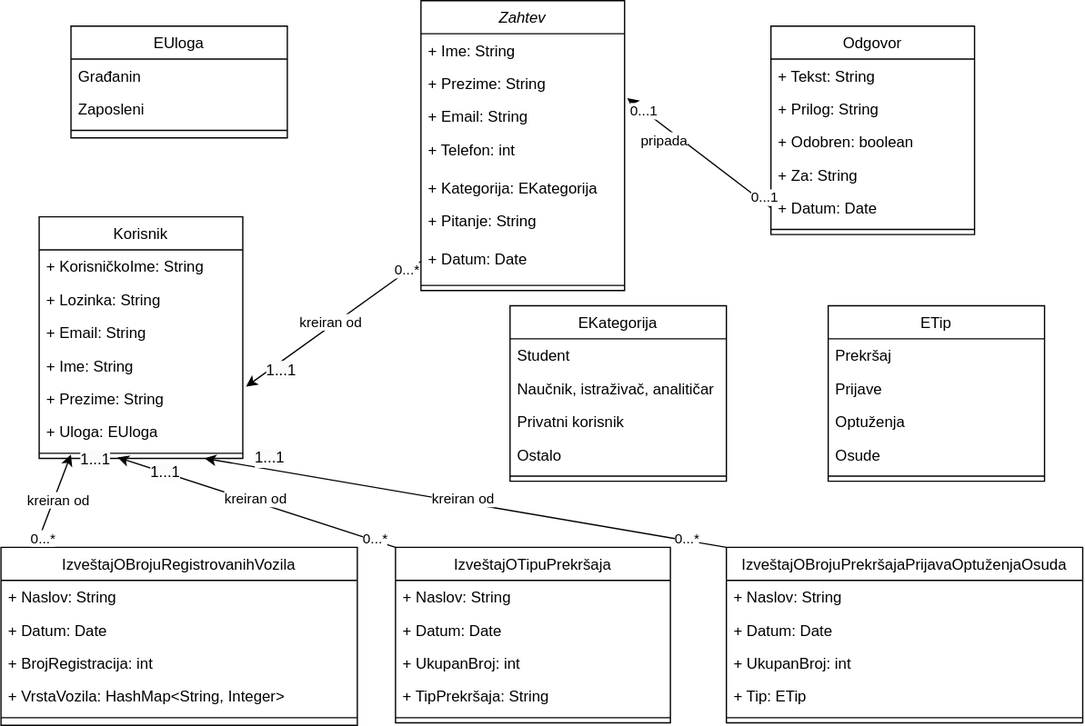
Earlier version of the draw.io export Diagrams/ZavodZaStatistiku_ClassDiagram.svg (anna02272/EGovernment). Source tidied: cells renumbered, new cells last; positions are measured from the earlier drawing's top-left corner, leaving out a move shared by most shapes.
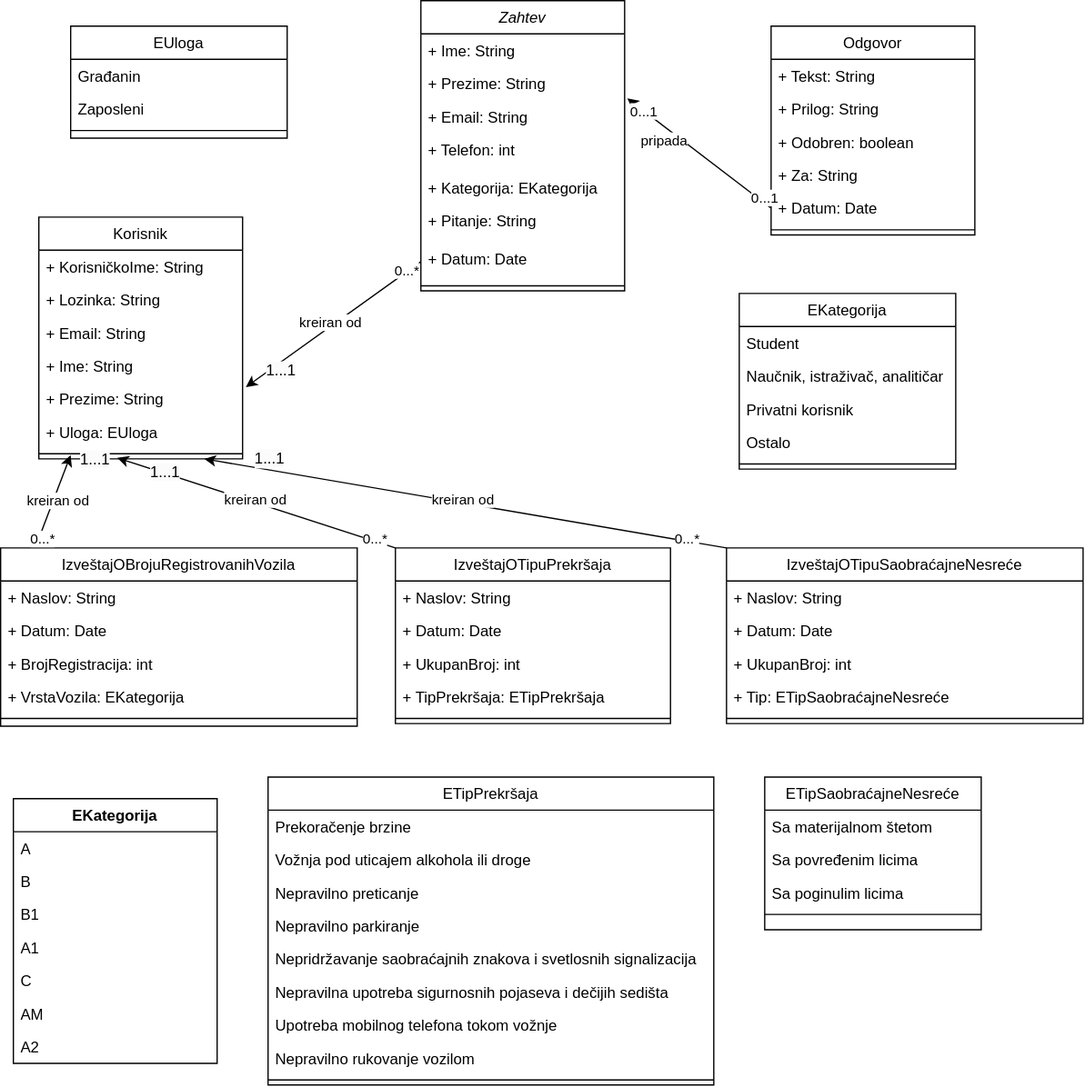
The same file after the commit.

The edit, as a diff of the source:
```diff
@@ -54,7 +54,7 @@
       <mxGeometry y="182" width="160" height="8" as="geometry" />
     </mxCell>
     <mxCell id="19" value="EKategorija" style="swimlane;fontStyle=0;align=center;verticalAlign=top;horizontal=1;startSize=26;rounded=0;shadow=0;strokeWidth=1;" parent="1" vertex="1">
-      <mxGeometry x="400" y="240" width="170" height="138" as="geometry" />
+      <mxGeometry x="580" y="230" width="170" height="138" as="geometry" />
     </mxCell>
     <mxCell id="20" value="Student" style="text;align=left;verticalAlign=top;spacingLeft=4;spacingRight=4;overflow=hidden;" parent="19" vertex="1">
       <mxGeometry y="26" width="170" height="26" as="geometry" />
@@ -116,13 +116,13 @@
     <mxCell id="39" value="+ BrojRegistracija: int" style="text;align=left;verticalAlign=top;spacingLeft=4;spacingRight=4;overflow=hidden;" parent="36" vertex="1">
       <mxGeometry y="78" width="280" height="26" as="geometry" />
     </mxCell>
-    <mxCell id="40" value="+ VrstaVozila: HashMap&lt;String, Integer&gt;" style="text;align=left;verticalAlign=top;spacingLeft=4;spacingRight=4;overflow=hidden;" parent="36" vertex="1">
+    <mxCell id="40" value="+ VrstaVozila: EKategorija" style="text;align=left;verticalAlign=top;spacingLeft=4;spacingRight=4;overflow=hidden;" parent="36" vertex="1">
       <mxGeometry y="104" width="280" height="26" as="geometry" />
     </mxCell>
     <mxCell id="41" style="line;html=1;strokeWidth=1;align=left;verticalAlign=middle;spacingTop=-1;spacingLeft=3;spacingRight=3;labelPosition=right;" parent="36" vertex="1">
       <mxGeometry y="130" width="280" height="8" as="geometry" />
     </mxCell>
-    <mxCell id="42" value="IzveštajOBrojuPrekršajaPrijavaOptuženjaOsuda" style="swimlane;fontStyle=0;align=center;verticalAlign=top;horizontal=1;startSize=26;rounded=0;shadow=0;strokeWidth=1;" parent="1" vertex="1">
+    <mxCell id="42" value="IzveštajOTipuSaobraćajneNesreće" style="swimlane;fontStyle=0;align=center;verticalAlign=top;horizontal=1;startSize=26;rounded=0;shadow=0;strokeWidth=1;" parent="1" vertex="1">
       <mxGeometry x="570" y="430" width="280" height="138" as="geometry" />
     </mxCell>
     <mxCell id="43" value="+ Naslov: String" style="text;align=left;verticalAlign=top;spacingLeft=4;spacingRight=4;overflow=hidden;" parent="42" vertex="1">
@@ -134,7 +134,7 @@
     <mxCell id="45" value="+ UkupanBroj: int&#10;" style="text;align=left;verticalAlign=top;spacingLeft=4;spacingRight=4;overflow=hidden;" parent="42" vertex="1">
       <mxGeometry y="78" width="280" height="26" as="geometry" />
     </mxCell>
-    <mxCell id="46" value="+ Tip: ETip" style="text;align=left;verticalAlign=top;spacingLeft=4;spacingRight=4;overflow=hidden;" parent="42" vertex="1">
+    <mxCell id="46" value="+ Tip: ETipSaobraćajneNesreće" style="text;align=left;verticalAlign=top;spacingLeft=4;spacingRight=4;overflow=hidden;" parent="42" vertex="1">
       <mxGeometry y="104" width="280" height="26" as="geometry" />
     </mxCell>
     <mxCell id="47" style="line;html=1;strokeWidth=1;align=left;verticalAlign=middle;spacingTop=-1;spacingLeft=3;spacingRight=3;labelPosition=right;" parent="42" vertex="1">
@@ -152,29 +152,26 @@
     <mxCell id="51" value="+ UkupanBroj: int" style="text;align=left;verticalAlign=top;spacingLeft=4;spacingRight=4;overflow=hidden;" parent="48" vertex="1">
       <mxGeometry y="78" width="216" height="26" as="geometry" />
     </mxCell>
-    <mxCell id="52" value="+ TipPrekršaja: String" style="text;align=left;verticalAlign=top;spacingLeft=4;spacingRight=4;overflow=hidden;" parent="48" vertex="1">
+    <mxCell id="52" value="+ TipPrekršaja: ETipPrekršaja" style="text;align=left;verticalAlign=top;spacingLeft=4;spacingRight=4;overflow=hidden;" parent="48" vertex="1">
       <mxGeometry y="104" width="216" height="26" as="geometry" />
     </mxCell>
     <mxCell id="53" style="line;html=1;strokeWidth=1;align=left;verticalAlign=middle;spacingTop=-1;spacingLeft=3;spacingRight=3;labelPosition=right;" parent="48" vertex="1">
       <mxGeometry y="130" width="216" height="8" as="geometry" />
     </mxCell>
-    <mxCell id="54" value="ETip" style="swimlane;fontStyle=0;align=center;verticalAlign=top;horizontal=1;startSize=26;rounded=0;shadow=0;strokeWidth=1;" parent="1" vertex="1">
-      <mxGeometry x="650" y="240" width="170" height="138" as="geometry" />
+    <mxCell id="54" value="ETipSaobraćajneNesreće" style="swimlane;fontStyle=0;align=center;verticalAlign=top;horizontal=1;startSize=26;rounded=0;shadow=0;strokeWidth=1;" parent="1" vertex="1">
+      <mxGeometry x="600" y="610" width="170" height="120" as="geometry" />
     </mxCell>
-    <mxCell id="55" value="Prekršaj" style="text;align=left;verticalAlign=top;spacingLeft=4;spacingRight=4;overflow=hidden;" parent="54" vertex="1">
+    <mxCell id="55" value="Sa materijalnom štetom" style="text;align=left;verticalAlign=top;spacingLeft=4;spacingRight=4;overflow=hidden;" parent="54" vertex="1">
       <mxGeometry y="26" width="170" height="26" as="geometry" />
     </mxCell>
-    <mxCell id="56" value="Prijave" style="text;align=left;verticalAlign=top;spacingLeft=4;spacingRight=4;overflow=hidden;" parent="54" vertex="1">
+    <mxCell id="56" value="Sa povređenim licima" style="text;align=left;verticalAlign=top;spacingLeft=4;spacingRight=4;overflow=hidden;" parent="54" vertex="1">
       <mxGeometry y="52" width="170" height="26" as="geometry" />
     </mxCell>
-    <mxCell id="57" value="Optuženja" style="text;align=left;verticalAlign=top;spacingLeft=4;spacingRight=4;overflow=hidden;" parent="54" vertex="1">
+    <mxCell id="57" value="Sa poginulim licima&#10;" style="text;align=left;verticalAlign=top;spacingLeft=4;spacingRight=4;overflow=hidden;" parent="54" vertex="1">
       <mxGeometry y="78" width="170" height="26" as="geometry" />
     </mxCell>
-    <mxCell id="58" value="Osude" style="text;align=left;verticalAlign=top;spacingLeft=4;spacingRight=4;overflow=hidden;" parent="54" vertex="1">
-      <mxGeometry y="104" width="170" height="26" as="geometry" />
-    </mxCell>
     <mxCell id="59" style="line;html=1;strokeWidth=1;align=left;verticalAlign=middle;spacingTop=-1;spacingLeft=3;spacingRight=3;labelPosition=right;" parent="54" vertex="1">
-      <mxGeometry y="130" width="170" height="8" as="geometry" />
+      <mxGeometry y="104" width="170" height="8" as="geometry" />
     </mxCell>
     <mxCell id="60" style="endArrow=classic;html=1;rounded=0;exitX=0;exitY=0.5;exitDx=0;exitDy=0;entryX=1.016;entryY=0.138;entryDx=0;entryDy=0;entryPerimeter=0;" parent="1" edge="1" source="9" target="16">
       <mxGeometry relative="1" as="geometry" />
@@ -250,5 +247,59 @@
         <mxPoint x="18" y="8" as="offset" />
       </mxGeometry>
     </mxCell>
+    <mxCell id="80" value="ETipPrekršaja" style="swimlane;fontStyle=0;align=center;verticalAlign=top;horizontal=1;startSize=26;rounded=0;shadow=0;strokeWidth=1;" parent="1" vertex="1">
+      <mxGeometry x="210" y="610" width="350" height="242" as="geometry" />
+    </mxCell>
+    <mxCell id="81" value="Prekoračenje brzine" style="text;align=left;verticalAlign=top;spacingLeft=4;spacingRight=4;overflow=hidden;" parent="80" vertex="1">
+      <mxGeometry y="26" width="350" height="26" as="geometry" />
+    </mxCell>
+    <mxCell id="82" value="Vožnja pod uticajem alkohola ili droge" style="text;align=left;verticalAlign=top;spacingLeft=4;spacingRight=4;overflow=hidden;" parent="80" vertex="1">
+      <mxGeometry y="52" width="350" height="26" as="geometry" />
+    </mxCell>
+    <mxCell id="83" value="Nepravilno preticanje&#10;" style="text;align=left;verticalAlign=top;spacingLeft=4;spacingRight=4;overflow=hidden;" parent="80" vertex="1">
+      <mxGeometry y="78" width="350" height="26" as="geometry" />
+    </mxCell>
+    <mxCell id="84" value="Nepravilno parkiranje&#10;" style="text;align=left;verticalAlign=top;spacingLeft=4;spacingRight=4;overflow=hidden;" parent="80" vertex="1">
+      <mxGeometry y="104" width="350" height="26" as="geometry" />
+    </mxCell>
+    <mxCell id="85" value="Nepridržavanje saobraćajnih znakova i svetlosnih signalizacija&#10;" style="text;align=left;verticalAlign=top;spacingLeft=4;spacingRight=4;overflow=hidden;" parent="80" vertex="1">
+      <mxGeometry y="130" width="350" height="26" as="geometry" />
+    </mxCell>
+    <mxCell id="86" value="Nepravilna upotreba sigurnosnih pojaseva i dečijih sedišta&#10;" style="text;align=left;verticalAlign=top;spacingLeft=4;spacingRight=4;overflow=hidden;" parent="80" vertex="1">
+      <mxGeometry y="156" width="350" height="26" as="geometry" />
+    </mxCell>
+    <mxCell id="87" value="Upotreba mobilnog telefona tokom vožnje&#10;&#10;" style="text;align=left;verticalAlign=top;spacingLeft=4;spacingRight=4;overflow=hidden;" parent="80" vertex="1">
+      <mxGeometry y="182" width="350" height="26" as="geometry" />
+    </mxCell>
+    <mxCell id="88" value="Nepravilno rukovanje vozilom&#10;" style="text;align=left;verticalAlign=top;spacingLeft=4;spacingRight=4;overflow=hidden;" parent="80" vertex="1">
+      <mxGeometry y="208" width="350" height="26" as="geometry" />
+    </mxCell>
+    <mxCell id="89" style="line;html=1;strokeWidth=1;align=left;verticalAlign=middle;spacingTop=-1;spacingLeft=3;spacingRight=3;labelPosition=right;" parent="80" vertex="1">
+      <mxGeometry y="234" width="350" height="8" as="geometry" />
+    </mxCell>
+    <mxCell id="90" value="EKategorija" style="swimlane;fontStyle=1;align=center;verticalAlign=top;horizontal=1;startSize=26;whiteSpace=wrap;html=1;" parent="1" vertex="1">
+      <mxGeometry x="10" y="627" width="160" height="208" as="geometry" />
+    </mxCell>
+    <mxCell id="91" value="A" style="text;strokeColor=none;fillColor=none;align=left;verticalAlign=top;spacingLeft=4;spacingRight=4;overflow=hidden;whiteSpace=wrap;html=1;" parent="90" vertex="1">
+      <mxGeometry y="26" width="160" height="26" as="geometry" />
+    </mxCell>
+    <mxCell id="92" value="B" style="text;strokeColor=none;fillColor=none;align=left;verticalAlign=top;spacingLeft=4;spacingRight=4;overflow=hidden;whiteSpace=wrap;html=1;" parent="90" vertex="1">
+      <mxGeometry y="52" width="160" height="26" as="geometry" />
+    </mxCell>
+    <mxCell id="93" value="B1" style="text;strokeColor=none;fillColor=none;align=left;verticalAlign=top;spacingLeft=4;spacingRight=4;overflow=hidden;whiteSpace=wrap;html=1;" parent="90" vertex="1">
+      <mxGeometry y="78" width="160" height="26" as="geometry" />
+    </mxCell>
+    <mxCell id="94" value="A1" style="text;strokeColor=none;fillColor=none;align=left;verticalAlign=top;spacingLeft=4;spacingRight=4;overflow=hidden;whiteSpace=wrap;html=1;" parent="90" vertex="1">
+      <mxGeometry y="104" width="160" height="26" as="geometry" />
+    </mxCell>
+    <mxCell id="95" value="C" style="text;strokeColor=none;fillColor=none;align=left;verticalAlign=top;spacingLeft=4;spacingRight=4;overflow=hidden;whiteSpace=wrap;html=1;" parent="90" vertex="1">
+      <mxGeometry y="130" width="160" height="26" as="geometry" />
+    </mxCell>
+    <mxCell id="96" value="AM" style="text;strokeColor=none;fillColor=none;align=left;verticalAlign=top;spacingLeft=4;spacingRight=4;overflow=hidden;whiteSpace=wrap;html=1;" parent="90" vertex="1">
+      <mxGeometry y="156" width="160" height="26" as="geometry" />
+    </mxCell>
+    <mxCell id="97" value="A2" style="text;strokeColor=none;fillColor=none;align=left;verticalAlign=top;spacingLeft=4;spacingRight=4;overflow=hidden;whiteSpace=wrap;html=1;" parent="90" vertex="1">
+      <mxGeometry y="182" width="160" height="26" as="geometry" />
+    </mxCell>
   </root>
 </mxGraphModel>
```
